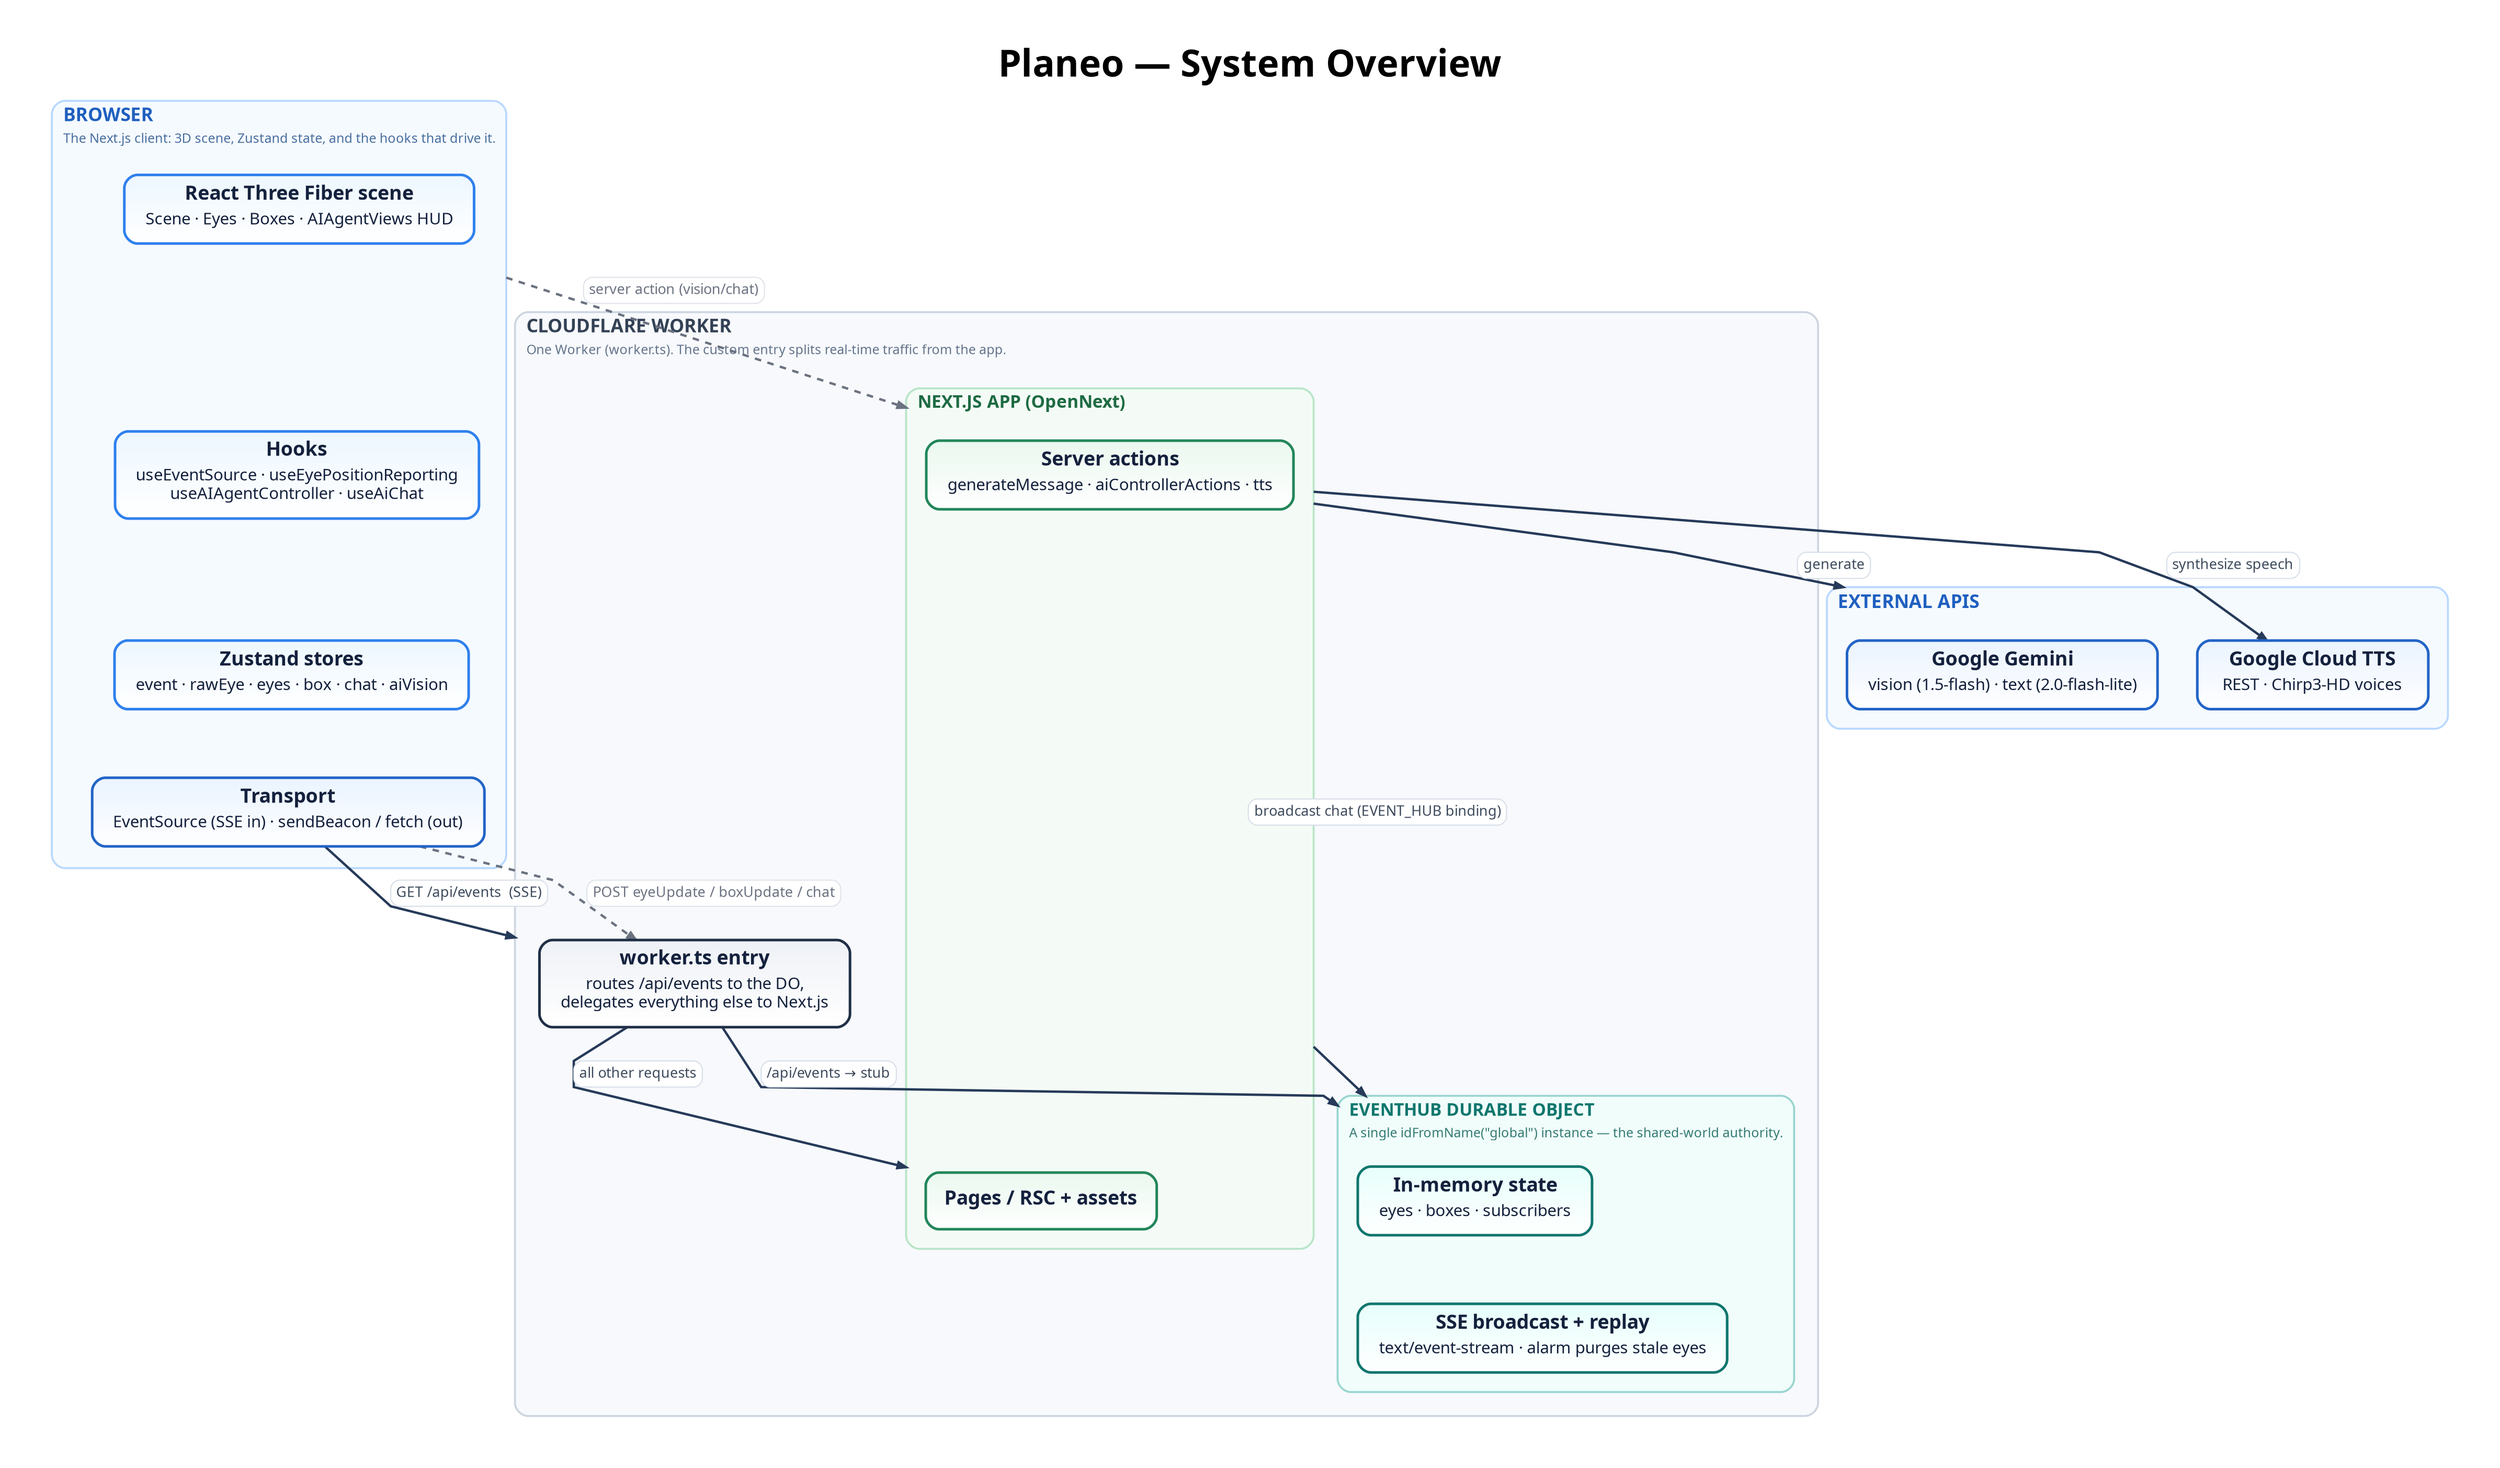
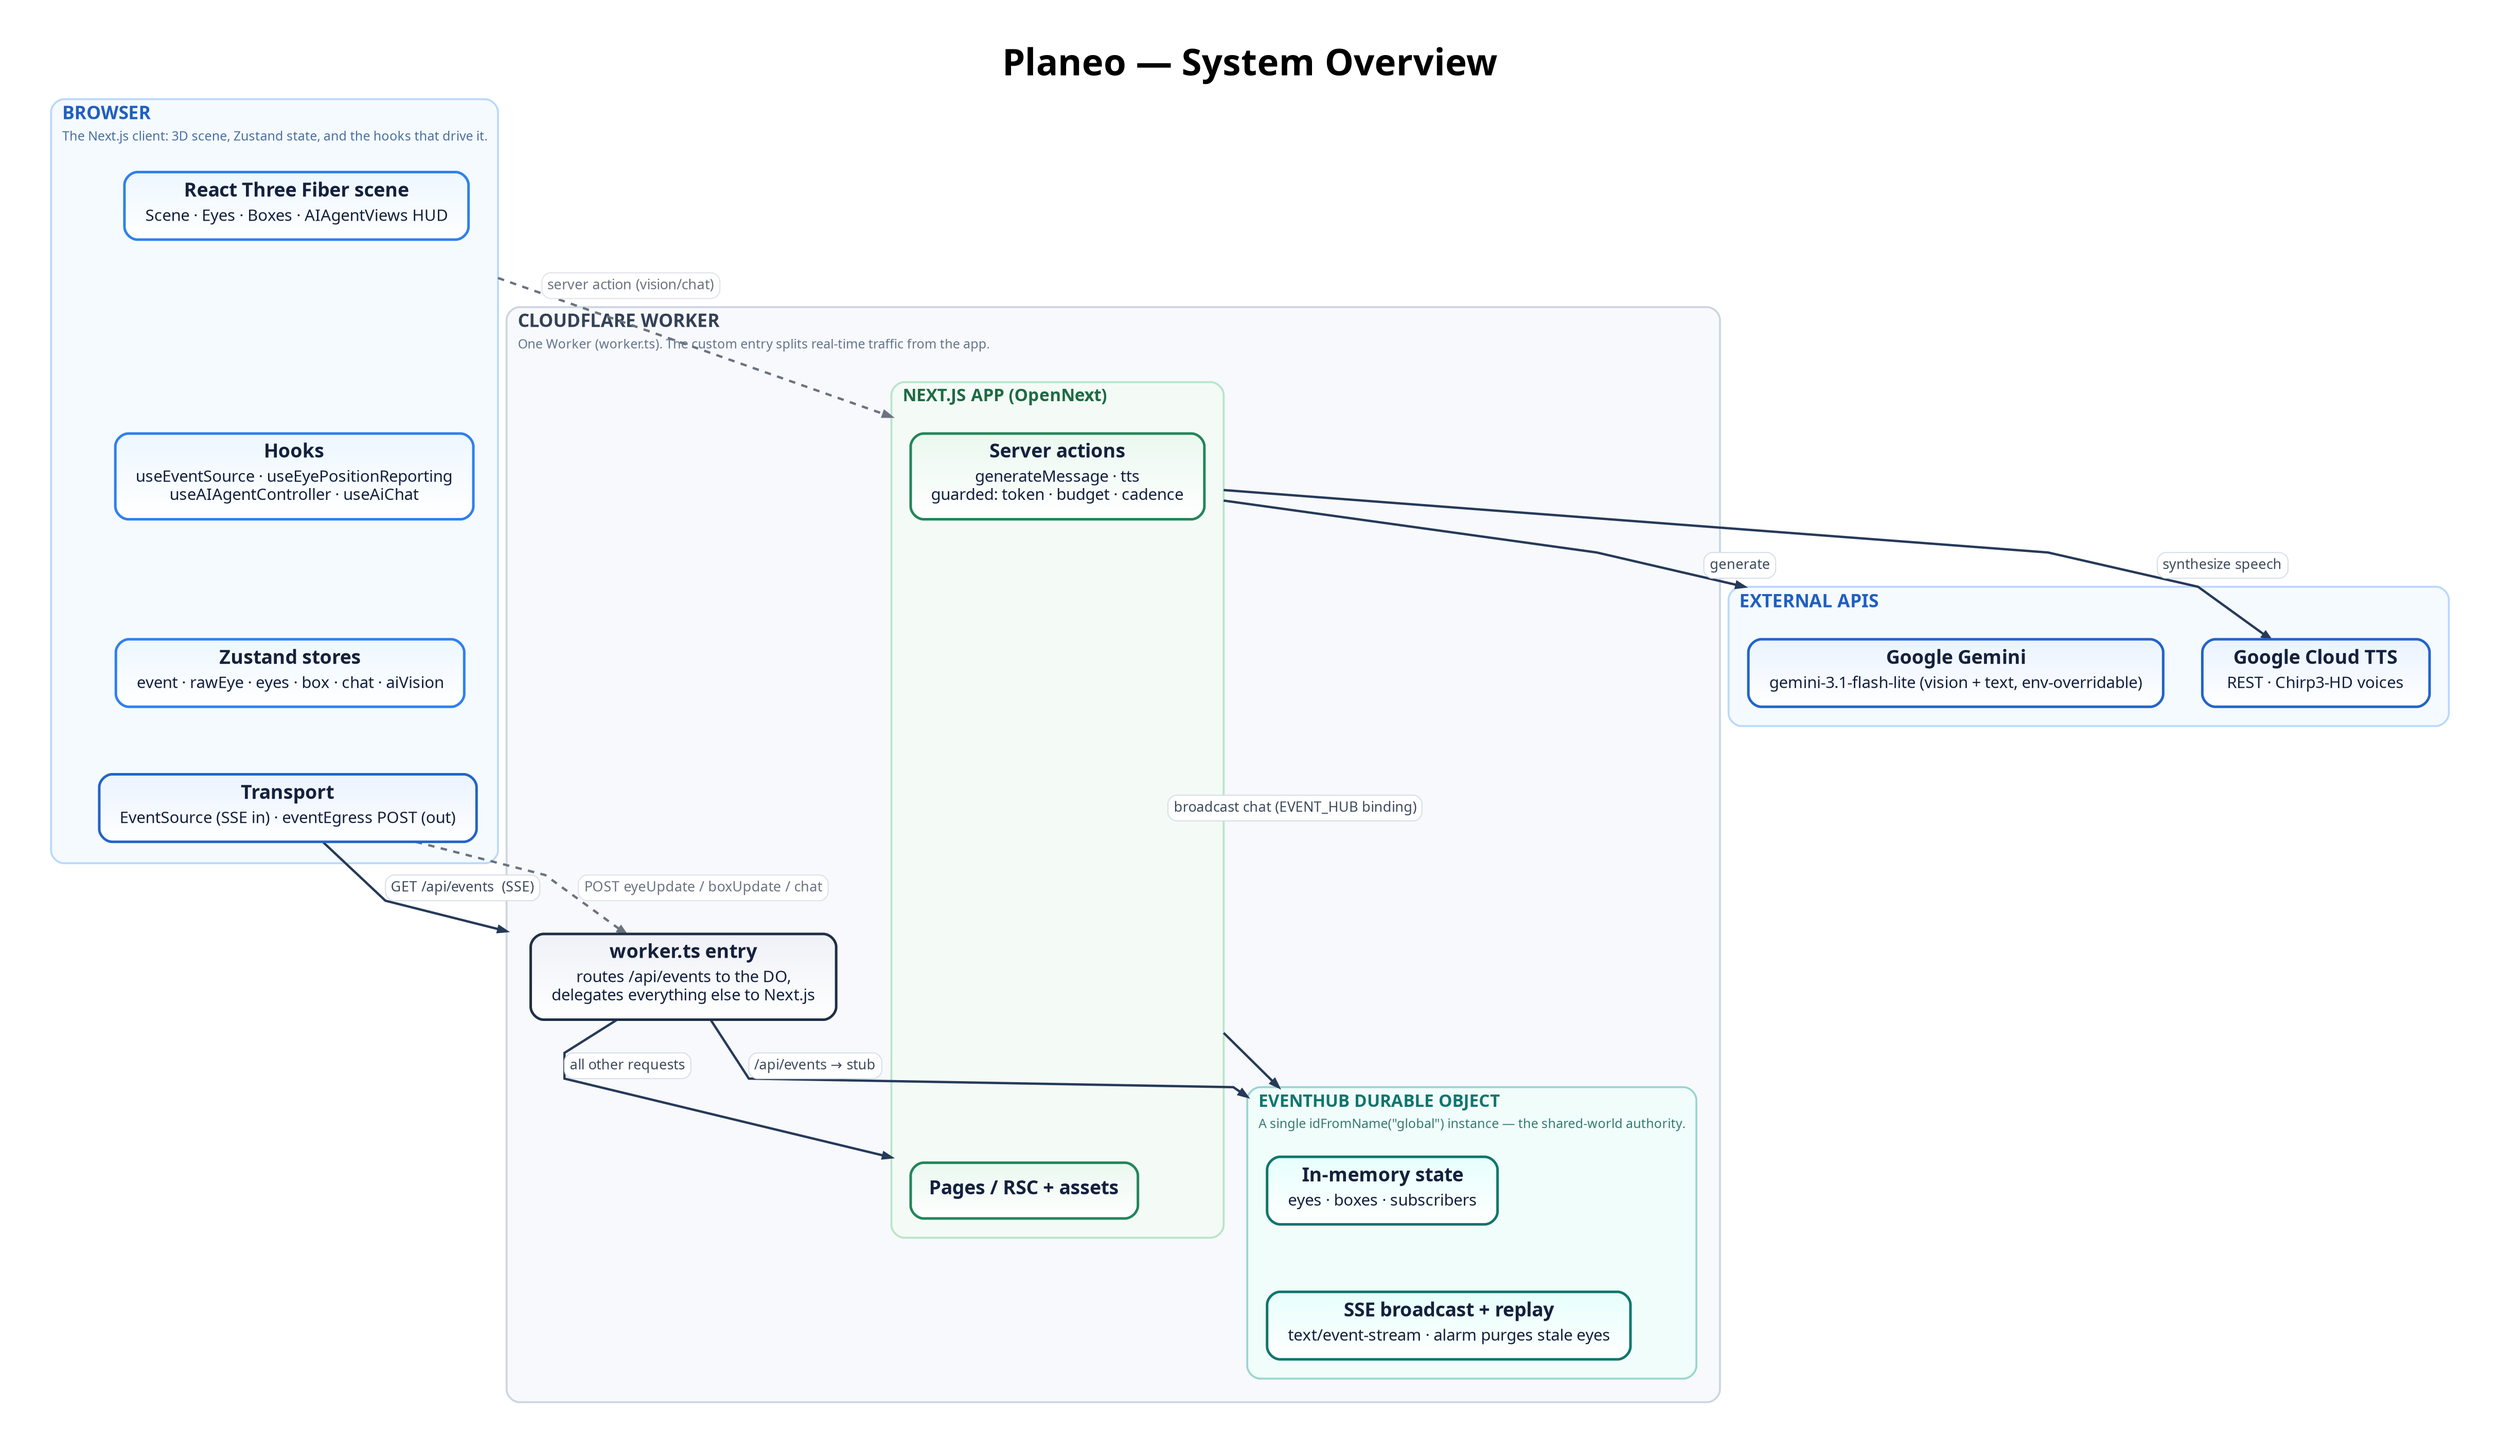
digraph PlaneoSystemOverview {
  graph [
    rankdir=TB,
    bgcolor="#ffffff",
    pad="0.55",
    nodesep="0.50",
    ranksep="0.85",
    splines=polyline,
    outputorder=edgesfirst,
    compound=true,
    newrank=true,
    forcelabels=true,
    fontname="Avenir",
    label=<
      <TABLE BORDER="0" CELLBORDER="0" CELLSPACING="0" CELLPADDING="0">
        <TR><TD><FONT POINT-SIZE="34"><B>Planeo — System Overview</B></FONT></TD></TR>
      </TABLE>
    >,
    labelloc=t,
    labeljust=c
  ];

  node [
    shape=box,
    style="rounded,filled",
    margin="0.21,0.13",
    width=2.95,
    height=0.72,
    fixedsize=false,
    fontname="Avenir",
    fontsize=18,
    penwidth=2.4,
    fontcolor="#14213d",
    color="#2264c7",
    fillcolor="#eaf3ff:#ffffff",
    gradientangle=270
  ];

  edge [
    color="#263a59",
    fontname="Avenir",
    fontsize=13,
    fontcolor="#3d4a5c",
    penwidth=2.2,
    arrowsize=0.78
  ];

  subgraph cluster_browser {
    graph [
      label=<
        <TABLE BORDER="0" CELLBORDER="0" CELLSPACING="0" CELLPADDING="2">
          <TR><TD ALIGN="LEFT"><FONT POINT-SIZE="17" COLOR="#1f5fbf"><B>BROWSER</B></FONT></TD></TR>
          <TR><TD ALIGN="LEFT"><FONT POINT-SIZE="12" COLOR="#496f9f">The Next.js client: 3D scene, Zustand state, and the hooks that drive it.</FONT></TD></TR>
        </TABLE>
      >,
      labelloc=t, labeljust=l,
      color="#b9d8ff", fillcolor="#f5faff", style="rounded,filled", penwidth=1.8, margin=20
    ];
    scene [label=<<TABLE BORDER="0" CELLBORDER="0" CELLSPACING="0" CELLPADDING="0"><TR><TD><B>React Three Fiber scene</B></TD></TR><TR><TD CELLPADDING="4"><FONT POINT-SIZE="15">Scene · Eyes · Boxes · AIAgentViews HUD</FONT></TD></TR></TABLE>>, color="#2f80ed", fillcolor="#edf7ff:#ffffff"];
    hooks [label=<<TABLE BORDER="0" CELLBORDER="0" CELLSPACING="0" CELLPADDING="0"><TR><TD><B>Hooks</B></TD></TR><TR><TD CELLPADDING="4"><FONT POINT-SIZE="15">useEventSource · useEyePositionReporting<BR/>useAIAgentController · useAiChat</FONT></TD></TR></TABLE>>, color="#2f80ed", fillcolor="#edf7ff:#ffffff"];
    stores [label=<<TABLE BORDER="0" CELLBORDER="0" CELLSPACING="0" CELLPADDING="0"><TR><TD><B>Zustand stores</B></TD></TR><TR><TD CELLPADDING="4"><FONT POINT-SIZE="15">event · rawEye · eyes · box · chat · aiVision</FONT></TD></TR></TABLE>>, color="#2f80ed", fillcolor="#edf7ff:#ffffff"];
-     transport [label=<<TABLE BORDER="0" CELLBORDER="0" CELLSPACING="0" CELLPADDING="0"><TR><TD><B>Transport</B></TD></TR><TR><TD CELLPADDING="4"><FONT POINT-SIZE="15">EventSource (SSE in) · sendBeacon / fetch (out)</FONT></TD></TR></TABLE>>];
+     transport [label=<<TABLE BORDER="0" CELLBORDER="0" CELLSPACING="0" CELLPADDING="0"><TR><TD><B>Transport</B></TD></TR><TR><TD CELLPADDING="4"><FONT POINT-SIZE="15">EventSource (SSE in) · eventEgress POST (out)</FONT></TD></TR></TABLE>>];
    scene -> hooks [style=invis];
    hooks -> stores [style=invis];
    stores -> transport [style=invis];
  }

  subgraph cluster_worker {
    graph [
      label=<
        <TABLE BORDER="0" CELLBORDER="0" CELLSPACING="0" CELLPADDING="2">
          <TR><TD ALIGN="LEFT"><FONT POINT-SIZE="17" COLOR="#334155"><B>CLOUDFLARE WORKER</B></FONT></TD></TR>
          <TR><TD ALIGN="LEFT"><FONT POINT-SIZE="12" COLOR="#64748b">One Worker (worker.ts). The custom entry splits real-time traffic from the app.</FONT></TD></TR>
        </TABLE>
      >,
      labelloc=t, labeljust=l,
      color="#cdd5e0", fillcolor="#f7f9fc", style="rounded,filled", penwidth=1.8, margin=22
    ];

    entry [label=<<TABLE BORDER="0" CELLBORDER="0" CELLSPACING="0" CELLPADDING="0"><TR><TD><B>worker.ts entry</B></TD></TR><TR><TD CELLPADDING="4"><FONT POINT-SIZE="15">routes /api/events to the DO,<BR/>delegates everything else to Next.js</FONT></TD></TR></TABLE>>, color="#1f2f46", fillcolor="#eef1f6:#ffffff"];

    subgraph cluster_next {
      graph [
        label=<
          <TABLE BORDER="0" CELLBORDER="0" CELLSPACING="0" CELLPADDING="2">
            <TR><TD ALIGN="LEFT"><FONT POINT-SIZE="16" COLOR="#1e6b43"><B>NEXT.JS APP (OpenNext)</B></FONT></TD></TR>
          </TABLE>
        >,
        labelloc=t, labeljust=l,
        color="#b8e5c8", fillcolor="#f4fbf6", style="rounded,filled", penwidth=1.8, margin=18
      ];
      pages [label=<<B>Pages / RSC + assets</B>>, color="#22865a", fillcolor="#eaf8ef:#ffffff"];
-       actions [label=<<TABLE BORDER="0" CELLBORDER="0" CELLSPACING="0" CELLPADDING="0"><TR><TD><B>Server actions</B></TD></TR><TR><TD CELLPADDING="4"><FONT POINT-SIZE="15">generateMessage · aiControllerActions · tts</FONT></TD></TR></TABLE>>, color="#22865a", fillcolor="#eaf8ef:#ffffff"];
+       actions [label=<<TABLE BORDER="0" CELLBORDER="0" CELLSPACING="0" CELLPADDING="0"><TR><TD><B>Server actions</B></TD></TR><TR><TD CELLPADDING="4"><FONT POINT-SIZE="15">generateMessage · tts<BR/>guarded: token · budget · cadence</FONT></TD></TR></TABLE>>, color="#22865a", fillcolor="#eaf8ef:#ffffff"];
    }

    subgraph cluster_do {
      graph [
        label=<
          <TABLE BORDER="0" CELLBORDER="0" CELLSPACING="0" CELLPADDING="2">
            <TR><TD ALIGN="LEFT"><FONT POINT-SIZE="16" COLOR="#0f766e"><B>EVENTHUB DURABLE OBJECT</B></FONT></TD></TR>
            <TR><TD ALIGN="LEFT"><FONT POINT-SIZE="12" COLOR="#357a74">A single idFromName("global") instance — the shared-world authority.</FONT></TD></TR>
          </TABLE>
        >,
        labelloc=t, labeljust=l,
        color="#99d5cf", fillcolor="#f0fdfa", style="rounded,filled", penwidth=1.8, margin=18
      ];
      do_state [label=<<TABLE BORDER="0" CELLBORDER="0" CELLSPACING="0" CELLPADDING="0"><TR><TD><B>In-memory state</B></TD></TR><TR><TD CELLPADDING="4"><FONT POINT-SIZE="15">eyes · boxes · subscribers</FONT></TD></TR></TABLE>>, color="#0f766e", fillcolor="#e6fffb:#ffffff"];
      do_sse [label=<<TABLE BORDER="0" CELLBORDER="0" CELLSPACING="0" CELLPADDING="0"><TR><TD><B>SSE broadcast + replay</B></TD></TR><TR><TD CELLPADDING="4"><FONT POINT-SIZE="15">text/event-stream · alarm purges stale eyes</FONT></TD></TR></TABLE>>, color="#0f766e", fillcolor="#e6fffb:#ffffff"];
      do_state -> do_sse [style=invis];
    }
  }

  subgraph cluster_external {
    graph [
      label=<
        <TABLE BORDER="0" CELLBORDER="0" CELLSPACING="0" CELLPADDING="2">
          <TR><TD ALIGN="LEFT"><FONT POINT-SIZE="17" COLOR="#1f5fbf"><B>EXTERNAL APIS</B></FONT></TD></TR>
        </TABLE>
      >,
      labelloc=t, labeljust=l,
      color="#b9d8ff", fillcolor="#f5faff", style="rounded,filled", penwidth=1.8, margin=18
    ];
-     gemini [label=<<TABLE BORDER="0" CELLBORDER="0" CELLSPACING="0" CELLPADDING="0"><TR><TD><B>Google Gemini</B></TD></TR><TR><TD CELLPADDING="4"><FONT POINT-SIZE="15">vision (1.5-flash) · text (2.0-flash-lite)</FONT></TD></TR></TABLE>>];
+     gemini [label=<<TABLE BORDER="0" CELLBORDER="0" CELLSPACING="0" CELLPADDING="0"><TR><TD><B>Google Gemini</B></TD></TR><TR><TD CELLPADDING="4"><FONT POINT-SIZE="15">gemini-3.1-flash-lite (vision + text, env-overridable)</FONT></TD></TR></TABLE>>];
    gtts [label=<<TABLE BORDER="0" CELLBORDER="0" CELLSPACING="0" CELLPADDING="0"><TR><TD><B>Google Cloud TTS</B></TD></TR><TR><TD CELLPADDING="4"><FONT POINT-SIZE="15">REST · Chirp3-HD voices</FONT></TD></TR></TABLE>>];
  }

  transport -> entry [label=<<TABLE BORDER="1" CELLBORDER="0" STYLE="ROUNDED" COLOR="#d7dee8" BGCOLOR="#ffffff" CELLSPACING="0" CELLPADDING="4"><TR><TD><FONT POINT-SIZE="13" COLOR="#3d4a5c">GET /api/events  (SSE)</FONT></TD></TR></TABLE>>, lhead=cluster_worker];
  transport -> entry [label=<<TABLE BORDER="1" CELLBORDER="0" STYLE="ROUNDED" COLOR="#dfe3e9" BGCOLOR="#ffffff" CELLSPACING="0" CELLPADDING="4"><TR><TD><FONT POINT-SIZE="13" COLOR="#6b7280">POST eyeUpdate / boxUpdate / chat</FONT></TD></TR></TABLE>>, style=dashed, color="#6b7280", fontcolor="#6b7280"];
  entry -> do_state [label=<<TABLE BORDER="1" CELLBORDER="0" STYLE="ROUNDED" COLOR="#d7dee8" BGCOLOR="#ffffff" CELLSPACING="0" CELLPADDING="4"><TR><TD><FONT POINT-SIZE="13" COLOR="#3d4a5c">/api/events → stub</FONT></TD></TR></TABLE>>, lhead=cluster_do];
  entry -> pages [label=<<TABLE BORDER="1" CELLBORDER="0" STYLE="ROUNDED" COLOR="#d7dee8" BGCOLOR="#ffffff" CELLSPACING="0" CELLPADDING="4"><TR><TD><FONT POINT-SIZE="13" COLOR="#3d4a5c">all other requests</FONT></TD></TR></TABLE>>, lhead=cluster_next];
  scene -> actions [label=<<TABLE BORDER="1" CELLBORDER="0" STYLE="ROUNDED" COLOR="#dfe3e9" BGCOLOR="#ffffff" CELLSPACING="0" CELLPADDING="4"><TR><TD><FONT POINT-SIZE="13" COLOR="#6b7280">server action (vision/chat)</FONT></TD></TR></TABLE>>, ltail=cluster_browser, lhead=cluster_next, style=dashed, color="#6b7280", fontcolor="#6b7280"];
  actions -> gemini [label=<<TABLE BORDER="1" CELLBORDER="0" STYLE="ROUNDED" COLOR="#d7dee8" BGCOLOR="#ffffff" CELLSPACING="0" CELLPADDING="4"><TR><TD><FONT POINT-SIZE="13" COLOR="#3d4a5c">generate</FONT></TD></TR></TABLE>>, ltail=cluster_next, lhead=cluster_external];
  actions -> do_state [label=<<TABLE BORDER="1" CELLBORDER="0" STYLE="ROUNDED" COLOR="#d7dee8" BGCOLOR="#ffffff" CELLSPACING="0" CELLPADDING="4"><TR><TD><FONT POINT-SIZE="13" COLOR="#3d4a5c">broadcast chat (EVENT_HUB binding)</FONT></TD></TR></TABLE>>, ltail=cluster_next, lhead=cluster_do];
  actions -> gtts [label=<<TABLE BORDER="1" CELLBORDER="0" STYLE="ROUNDED" COLOR="#d7dee8" BGCOLOR="#ffffff" CELLSPACING="0" CELLPADDING="4"><TR><TD><FONT POINT-SIZE="13" COLOR="#3d4a5c">synthesize speech</FONT></TD></TR></TABLE>>, ltail=cluster_next];
}
